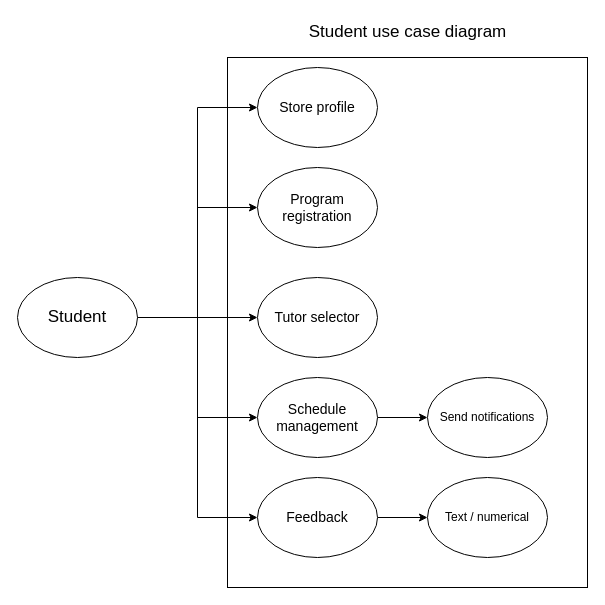
Before: usecase.drawio in Sonhoangvo/csdl, a draw.io diagram. Source tidied: cells renumbered, new cells numbered last; positions are measured from the earlier drawing's top-left corner, leaving out a move shared by most shapes. Both pictures are drawn from the tidied source at 100%, with x=0, y=0 at pixel (17, 17).
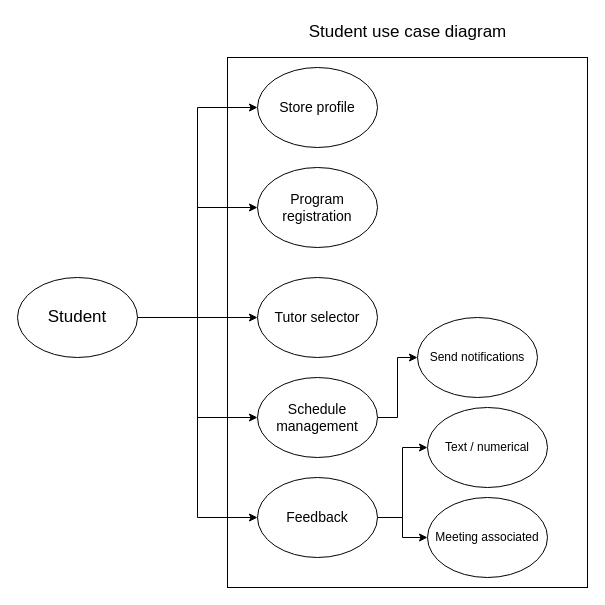
After the change.

The change refers to these unchanged cells:
```xml
<mxCell id="14" value="&lt;font style=&quot;font-size: 14px;&quot;&gt;Schedule management&lt;/font&gt;" style="ellipse;whiteSpace=wrap;html=1;" parent="1" vertex="1">
  <mxGeometry x="240" y="360" width="120" height="80" as="geometry" />
</mxCell>
<mxCell id="16" value="&lt;font style=&quot;font-size: 14px;&quot;&gt;Feedback&lt;/font&gt;" style="ellipse;whiteSpace=wrap;html=1;" parent="1" vertex="1">
  <mxGeometry x="240" y="460" width="120" height="80" as="geometry" />
</mxCell>
```

What changed in the source:
```diff
@@
-    <mxCell id="13" style="edgeStyle=orthogonalEdgeStyle;rounded=0;jettySize=auto;html=1;" parent="1" edge="1" source="14" target="17">
+    <mxCell id="13" style="edgeStyle=orthogonalEdgeStyle;rounded=0;jettySize=auto;html=1;entryX=0;entryY=0.5;entryDx=0;entryDy=0;" parent="1" edge="1" source="14" target="17">
       <mxGeometry relative="1" as="geometry" />
     </mxCell>
@@
+    <mxCell id="19" style="edgeStyle=orthogonalEdgeStyle;rounded=0;jettySize=auto;html=1;entryX=0;entryY=0.5;entryDx=0;entryDy=0;" parent="1" edge="1" source="16" target="20">
+      <mxGeometry relative="1" as="geometry" />
+    </mxCell>
@@
     <mxCell id="17" value="Send notifications" style="ellipse;whiteSpace=wrap;html=1;" parent="1" vertex="1">
-      <mxGeometry x="410" y="360" width="120" height="80" as="geometry" />
+      <mxGeometry x="400" y="300" width="120" height="80" as="geometry" />
     </mxCell>
     <mxCell id="18" value="Text / numerical" style="ellipse;whiteSpace=wrap;html=1;" parent="1" vertex="1">
-      <mxGeometry x="410" y="460" width="120" height="80" as="geometry" />
+      <mxGeometry x="410" y="390" width="120" height="80" as="geometry" />
     </mxCell>
+    <mxCell id="20" value="Meeting associated" style="ellipse;whiteSpace=wrap;html=1;" parent="1" vertex="1">
+      <mxGeometry x="410" y="480" width="120" height="80" as="geometry" />
+    </mxCell>
```
